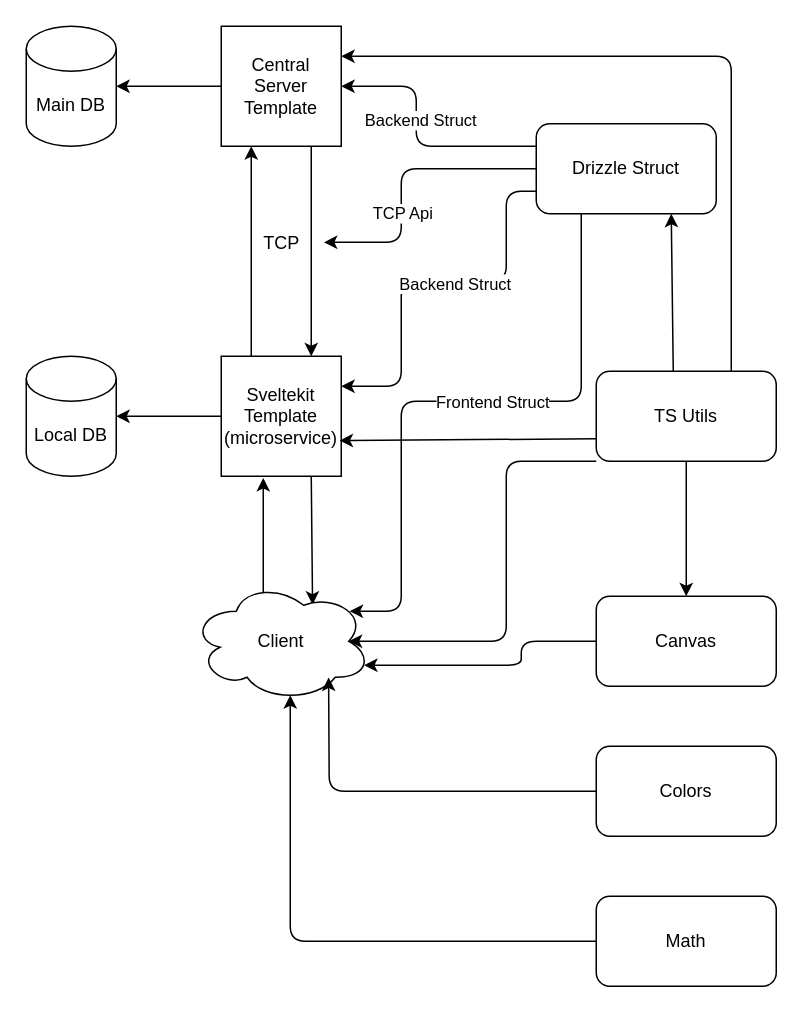
This is diagrams/repo.drawio from TeamTators/scouting-app, a draw.io file, before an edit. Source tidied: cells renumbered, new cells numbered last; positions are measured from the earlier drawing's top-left corner, leaving out a move shared by most shapes. Both pictures are drawn from the tidied source at 150%, with x=0, y=0 at pixel (26, 26).
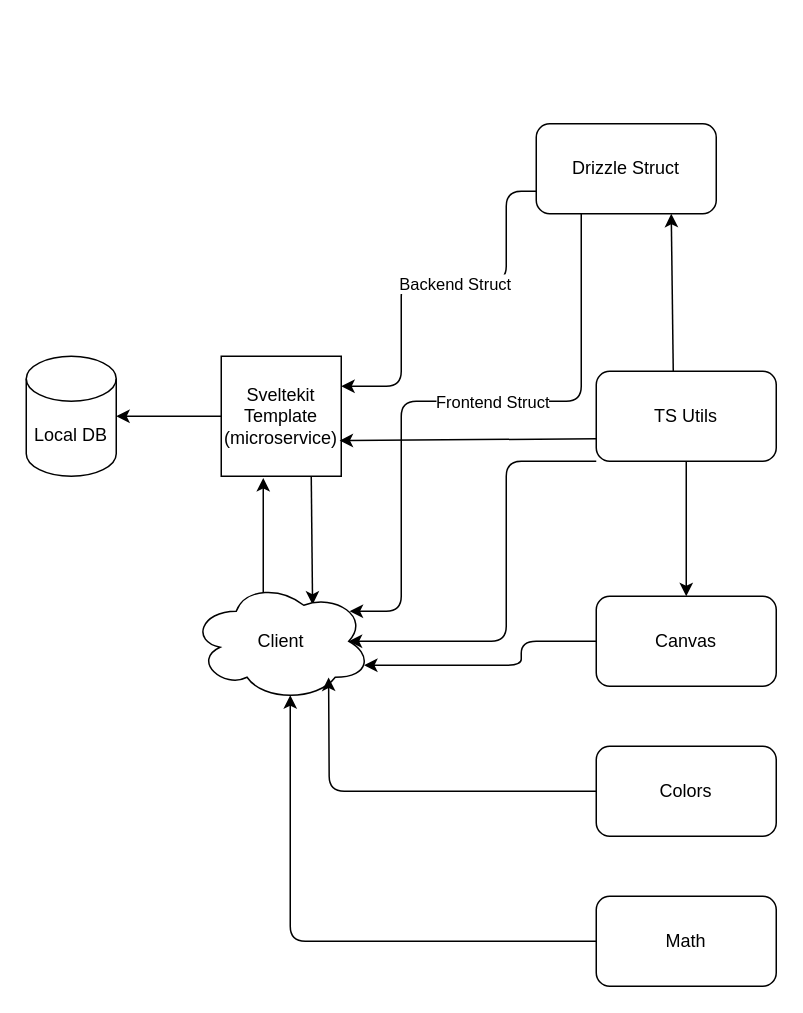
After the change.

Unchanged cells that the change refers to:
```xml
<mxCell id="5" value="Sveltekit&lt;br&gt;Template&lt;br&gt;(microservice)" style="whiteSpace=wrap;html=1;" parent="1" vertex="1">
  <mxGeometry x="130" y="220" width="80" height="80" as="geometry" />
</mxCell>
<mxCell id="20" value="Drizzle Struct" style="rounded=1;whiteSpace=wrap;html=1;" parent="1" vertex="1">
  <mxGeometry x="340" y="65" width="120" height="60" as="geometry" />
</mxCell>
<mxCell id="28" value="TS Utils" style="rounded=1;whiteSpace=wrap;html=1;" parent="1" vertex="1">
  <mxGeometry x="380" y="230" width="120" height="60" as="geometry" />
</mxCell>
```

Diff of the diagram source:
```diff
@@
-    <mxCell id="2" style="edgeStyle=none;html=1;exitX=0.25;exitY=0;exitDx=0;exitDy=0;entryX=0.25;entryY=1;entryDx=0;entryDy=0;" parent="1" edge="1" source="5" target="8">
-      <mxGeometry relative="1" as="geometry" />
-    </mxCell>
@@
-    <mxCell id="6" style="edgeStyle=none;html=1;exitX=0.75;exitY=1;exitDx=0;exitDy=0;entryX=0.75;entryY=0;entryDx=0;entryDy=0;" parent="1" edge="1" source="8" target="5">
-      <mxGeometry relative="1" as="geometry" />
-    </mxCell>
-    <mxCell id="7" style="edgeStyle=none;html=1;exitX=0;exitY=0.5;exitDx=0;exitDy=0;" parent="1" edge="1" source="8" target="9">
-      <mxGeometry relative="1" as="geometry" />
-    </mxCell>
-    <mxCell id="8" value="Central&lt;br&gt;Server&lt;br&gt;Template" style="whiteSpace=wrap;html=1;" parent="1" vertex="1">
-      <mxGeometry x="130" width="80" height="80" as="geometry" />
-    </mxCell>
-    <mxCell id="9" value="Main DB" style="shape=cylinder3;whiteSpace=wrap;html=1;boundedLbl=1;backgroundOutline=1;size=15;" parent="1" vertex="1">
-      <mxGeometry width="60" height="80" as="geometry" />
-    </mxCell>
@@
-    <mxCell id="11" value="TCP" style="text;html=1;align=center;verticalAlign=middle;points=[];strokeColor=none;fillColor=none;" parent="1" vertex="1">
-      <mxGeometry x="145" y="130" width="50" height="30" as="geometry" />
-    </mxCell>
-    <mxCell id="12" style="edgeStyle=none;html=1;exitX=0;exitY=0.25;exitDx=0;exitDy=0;entryX=1;entryY=0.5;entryDx=0;entryDy=0;" parent="1" edge="1" source="20" target="8">
-      <mxGeometry relative="1" as="geometry">
-        <Array as="points">
-          <mxPoint x="260" y="80" />
-          <mxPoint x="260" y="40" />
-        </Array>
-      </mxGeometry>
-    </mxCell>
-    <mxCell id="13" value="Backend Struct" style="edgeLabel;html=1;align=center;verticalAlign=middle;" parent="12" vertex="1">
-      <mxGeometry x="0.15" y="-2" relative="1" as="geometry" />
-    </mxCell>
@@
-    <mxCell id="18" style="edgeStyle=none;html=1;exitX=0;exitY=0.5;exitDx=0;exitDy=0;entryX=1.068;entryY=0.468;entryDx=0;entryDy=0;entryPerimeter=0;" parent="1" edge="1" source="20" target="11">
-      <mxGeometry relative="1" as="geometry">
-        <Array as="points">
-          <mxPoint x="250" y="95" />
-          <mxPoint x="250" y="144" />
-        </Array>
-      </mxGeometry>
-    </mxCell>
-    <mxCell id="19" value="TCP Api" style="edgeLabel;html=1;align=center;verticalAlign=middle;" parent="18" vertex="1">
-      <mxGeometry x="0.44" y="-2" relative="1" as="geometry">
-        <mxPoint x="2" y="-18" as="offset" />
-      </mxGeometry>
-    </mxCell>
@@
-    <mxCell id="26" style="edgeStyle=none;html=1;exitX=0.75;exitY=0;exitDx=0;exitDy=0;entryX=1;entryY=0.25;entryDx=0;entryDy=0;" parent="1" edge="1" source="28" target="8">
-      <mxGeometry relative="1" as="geometry">
-        <Array as="points">
-          <mxPoint x="470" y="20" />
-        </Array>
-      </mxGeometry>
-    </mxCell>
```
